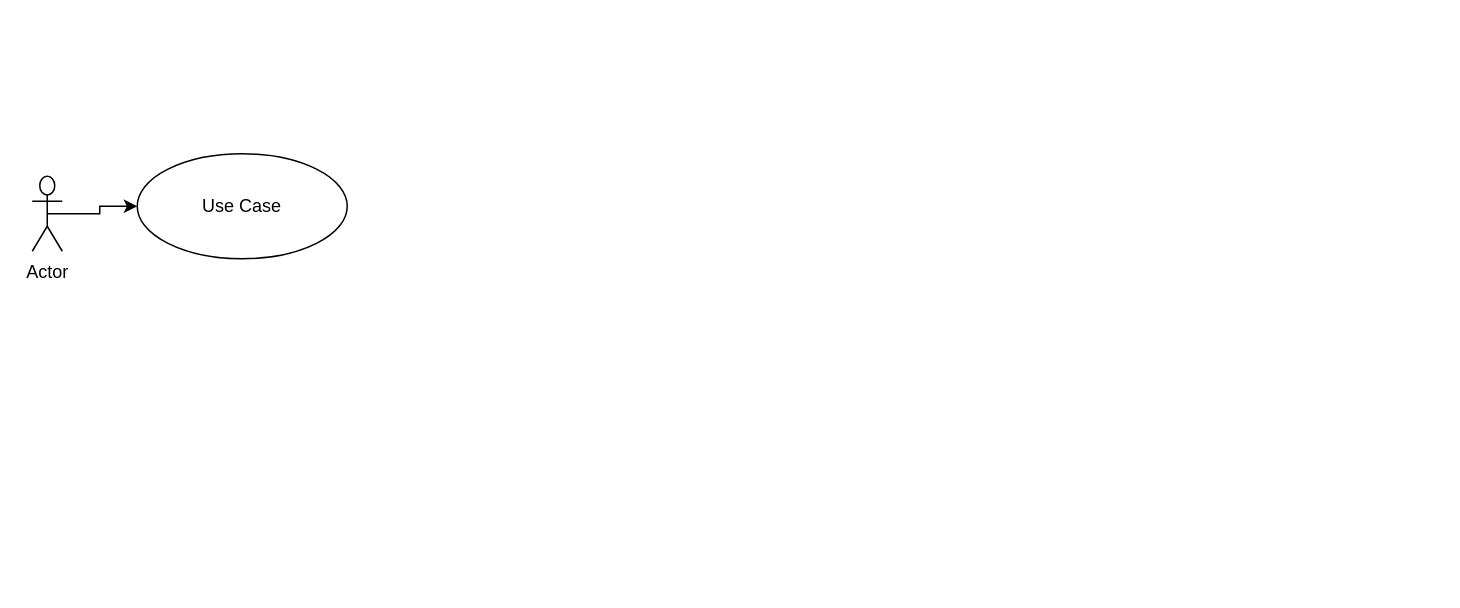
faisalekasyahputra/faisalekasyahputra keeps this draw.io diagram as usecase.drawio. Above is the earlier version. Source tidied: cells renumbered, new cells numbered last; positions are measured from the earlier drawing's top-left corner, leaving out a move shared by most shapes. Both pictures are drawn from the tidied source at 150%, with x=0, y=0 at pixel (32, 153).
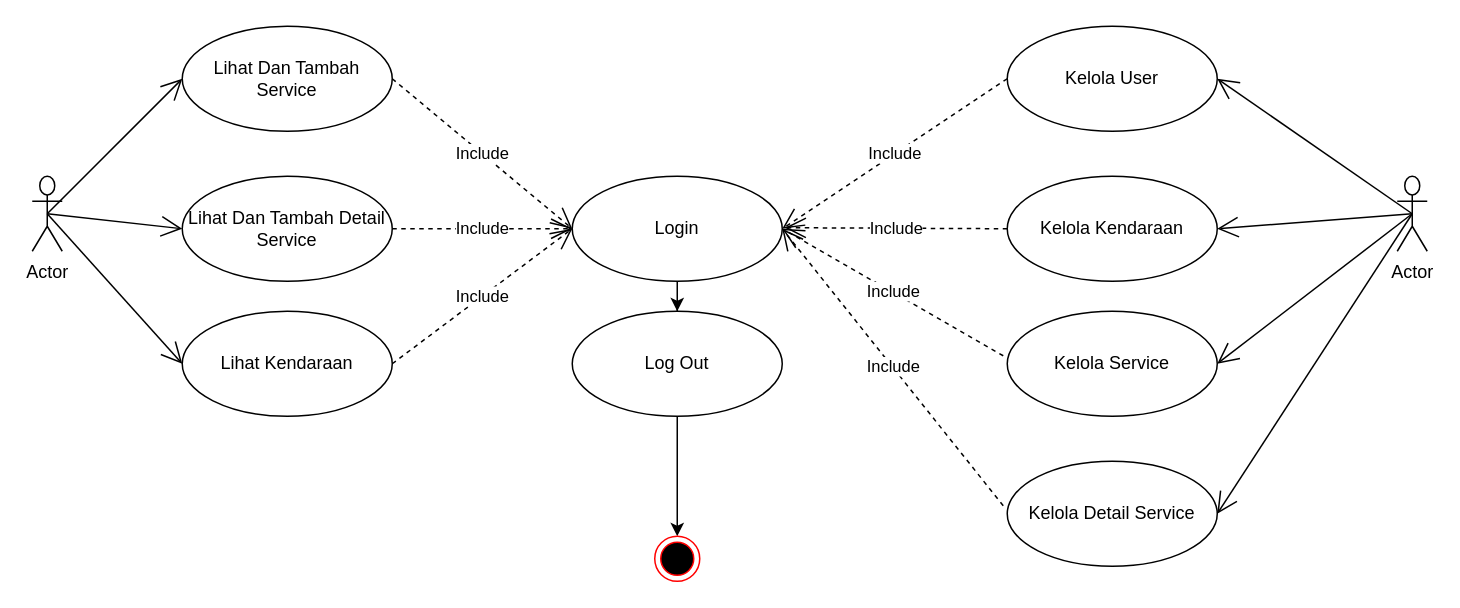
Above is the later version.

Diff of the diagram source:
```diff
@@
-    <mxCell id="2" value="Use Case" style="ellipse;whiteSpace=wrap;html=1;" parent="1" vertex="1">
-      <mxGeometry x="70" width="140" height="70" as="geometry" />
+    <mxCell id="2" value="Lihat Dan Tambah Service" style="ellipse;whiteSpace=wrap;html=1;" parent="1" vertex="1">
+      <mxGeometry x="100" y="-85" width="140" height="70" as="geometry" />
     </mxCell>
+    <mxCell id="4" value="Actor" style="shape=umlActor;verticalLabelPosition=bottom;verticalAlign=top;html=1;" parent="1" vertex="1">
+      <mxGeometry y="15" width="20" height="50" as="geometry" />
+    </mxCell>
+    <mxCell id="5" value="Lihat Dan Tambah Detail Service" style="ellipse;whiteSpace=wrap;html=1;" parent="1" vertex="1">
+      <mxGeometry x="100" y="15" width="140" height="70" as="geometry" />
+    </mxCell>
-    <mxCell id="3" style="edgeStyle=orthogonalEdgeStyle;rounded=0;jettySize=auto;html=1;exitX=0.5;exitY=0.5;exitDx=0;exitDy=0;exitPerimeter=0;" parent="1" edge="1" source="4" target="2">
+    <mxCell id="3" style="endArrow=open;endFill=1;endSize=12;html=1;rounded=0;exitX=0.5;exitY=0.5;exitDx=0;exitDy=0;exitPerimeter=0;entryX=0;entryY=0.5;entryDx=0;entryDy=0;" parent="1" edge="1" source="4" target="2">
       <mxGeometry relative="1" as="geometry" />
     </mxCell>
-    <mxCell id="4" value="Actor" style="shape=umlActor;verticalLabelPosition=bottom;verticalAlign=top;html=1;" parent="1" vertex="1">
-      <mxGeometry y="15" width="20" height="50" as="geometry" />
-    </mxCell>
+    <mxCell id="6" style="endArrow=open;endFill=1;endSize=12;html=1;rounded=0;exitX=0.5;exitY=0.5;exitDx=0;exitDy=0;exitPerimeter=0;entryX=0;entryY=0.5;entryDx=0;entryDy=0;" parent="1" edge="1" source="4" target="5">
+      <mxGeometry relative="1" as="geometry" />
+    </mxCell>
+    <mxCell id="7" value="Lihat Kendaraan" style="ellipse;whiteSpace=wrap;html=1;" parent="1" vertex="1">
+      <mxGeometry x="100" y="105" width="140" height="70" as="geometry" />
+    </mxCell>
+    <mxCell id="8" style="endArrow=open;endFill=1;endSize=12;html=1;rounded=0;exitX=0.5;exitY=0.5;exitDx=0;exitDy=0;exitPerimeter=0;entryX=0;entryY=0.5;entryDx=0;entryDy=0;" parent="1" edge="1" source="4" target="7">
+      <mxGeometry relative="1" as="geometry" />
+    </mxCell>
+    <mxCell id="9" style="edgeStyle=orthogonalEdgeStyle;rounded=0;jettySize=auto;html=1;" parent="1" edge="1" source="10" target="22">
+      <mxGeometry relative="1" as="geometry" />
+    </mxCell>
+    <mxCell id="10" value="Login" style="ellipse;whiteSpace=wrap;html=1;" parent="1" vertex="1">
+      <mxGeometry x="360" y="15" width="140" height="70" as="geometry" />
+    </mxCell>
+    <mxCell id="11" value="Include" style="endArrow=open;endSize=12;dashed=1;html=1;rounded=0;exitX=1;exitY=0.5;exitDx=0;exitDy=0;entryX=0;entryY=0.5;entryDx=0;entryDy=0;" parent="1" edge="1" source="2" target="10">
+      <mxGeometry relative="1" as="geometry" />
+    </mxCell>
+    <mxCell id="12" value="Include" style="endArrow=open;endSize=12;dashed=1;html=1;rounded=0;entryX=0;entryY=0.5;entryDx=0;entryDy=0;" parent="1" edge="1" source="5" target="10">
+      <mxGeometry relative="1" as="geometry" />
+    </mxCell>
+    <mxCell id="13" value="Include" style="endArrow=open;endSize=12;dashed=1;html=1;rounded=0;exitX=1;exitY=0.5;exitDx=0;exitDy=0;entryX=0;entryY=0.5;entryDx=0;entryDy=0;" parent="1" edge="1" source="7" target="10">
+      <mxGeometry relative="1" as="geometry" />
+    </mxCell>
+    <mxCell id="14" value="Kelola User" style="ellipse;whiteSpace=wrap;html=1;flipH=0;flipV=0;" parent="1" vertex="1">
+      <mxGeometry x="650" y="-85" width="140" height="70" as="geometry" />
+    </mxCell>
+    <mxCell id="15" value="Actor" style="shape=umlActor;verticalLabelPosition=bottom;verticalAlign=top;html=1;flipH=0;flipV=0;" parent="1" vertex="1">
+      <mxGeometry x="910" y="15" width="20" height="50" as="geometry" />
+    </mxCell>
+    <mxCell id="16" value="Kelola Kendaraan" style="ellipse;whiteSpace=wrap;html=1;flipH=0;flipV=0;" parent="1" vertex="1">
+      <mxGeometry x="650" y="15" width="140" height="70" as="geometry" />
+    </mxCell>
+    <mxCell id="17" style="endArrow=open;endFill=1;endSize=12;html=1;rounded=0;exitX=0.5;exitY=0.5;exitDx=0;exitDy=0;exitPerimeter=0;entryX=1;entryY=0.5;entryDx=0;entryDy=0;" parent="1" edge="1" source="15" target="14">
+      <mxGeometry relative="1" as="geometry" />
+    </mxCell>
+    <mxCell id="18" style="endArrow=open;endFill=1;endSize=12;html=1;rounded=0;exitX=0.5;exitY=0.5;exitDx=0;exitDy=0;exitPerimeter=0;entryX=1;entryY=0.5;entryDx=0;entryDy=0;" parent="1" edge="1" source="15" target="16">
+      <mxGeometry relative="1" as="geometry" />
+    </mxCell>
+    <mxCell id="19" value="Kelola Service" style="ellipse;whiteSpace=wrap;html=1;flipH=0;flipV=0;" parent="1" vertex="1">
+      <mxGeometry x="650" y="105" width="140" height="70" as="geometry" />
+    </mxCell>
+    <mxCell id="20" style="endArrow=open;endFill=1;endSize=12;html=1;rounded=0;exitX=0.5;exitY=0.5;exitDx=0;exitDy=0;exitPerimeter=0;entryX=1;entryY=0.5;entryDx=0;entryDy=0;" parent="1" edge="1" source="15" target="19">
+      <mxGeometry relative="1" as="geometry" />
+    </mxCell>
+    <mxCell id="21" style="edgeStyle=orthogonalEdgeStyle;rounded=0;jettySize=auto;html=1;entryX=0.5;entryY=0;entryDx=0;entryDy=0;" parent="1" edge="1" source="22" target="23">
+      <mxGeometry relative="1" as="geometry" />
+    </mxCell>
+    <mxCell id="22" value="Log Out" style="ellipse;whiteSpace=wrap;html=1;" parent="1" vertex="1">
+      <mxGeometry x="360" y="105" width="140" height="70" as="geometry" />
+    </mxCell>
+    <mxCell id="23" value="&amp;nbsp;" style="ellipse;html=1;shape=endState;fillColor=#000000;strokeColor=#ff0000;" parent="1" vertex="1">
+      <mxGeometry x="415" y="255" width="30" height="30" as="geometry" />
+    </mxCell>
+    <mxCell id="24" value="Include" style="endArrow=open;endSize=12;dashed=1;html=1;rounded=0;exitX=0;exitY=0.5;exitDx=0;exitDy=0;entryX=1;entryY=0.5;entryDx=0;entryDy=0;" parent="1" edge="1" source="14" target="10">
+      <mxGeometry relative="1" as="geometry" />
+    </mxCell>
+    <mxCell id="25" value="Include" style="endArrow=open;endSize=12;dashed=1;html=1;rounded=0;entryX=1.012;entryY=0.49;entryDx=0;entryDy=0;entryPerimeter=0;exitX=0;exitY=0.5;exitDx=0;exitDy=0;" parent="1" edge="1" source="16" target="10">
+      <mxGeometry relative="1" as="geometry" />
+    </mxCell>
+    <mxCell id="26" value="Include" style="endArrow=open;endSize=12;dashed=1;html=1;rounded=0;exitX=-0.019;exitY=0.424;exitDx=0;exitDy=0;entryX=1;entryY=0.5;entryDx=0;entryDy=0;exitPerimeter=0;" parent="1" edge="1" source="19" target="10">
+      <mxGeometry relative="1" as="geometry" />
+    </mxCell>
+    <mxCell id="27" value="Kelola Detail Service" style="ellipse;whiteSpace=wrap;html=1;flipH=0;flipV=0;" parent="1" vertex="1">
+      <mxGeometry x="650" y="205" width="140" height="70" as="geometry" />
+    </mxCell>
+    <mxCell id="28" style="endArrow=open;endFill=1;endSize=12;html=1;rounded=0;exitX=0.5;exitY=0.5;exitDx=0;exitDy=0;exitPerimeter=0;entryX=1;entryY=0.5;entryDx=0;entryDy=0;" parent="1" edge="1" source="15" target="27">
+      <mxGeometry relative="1" as="geometry" />
+    </mxCell>
+    <mxCell id="29" value="Include" style="endArrow=open;endSize=12;dashed=1;html=1;rounded=0;exitX=-0.019;exitY=0.424;exitDx=0;exitDy=0;entryX=1;entryY=0.5;entryDx=0;entryDy=0;exitPerimeter=0;" parent="1" edge="1" source="27" target="10">
+      <mxGeometry relative="1" as="geometry" />
+    </mxCell>
```
